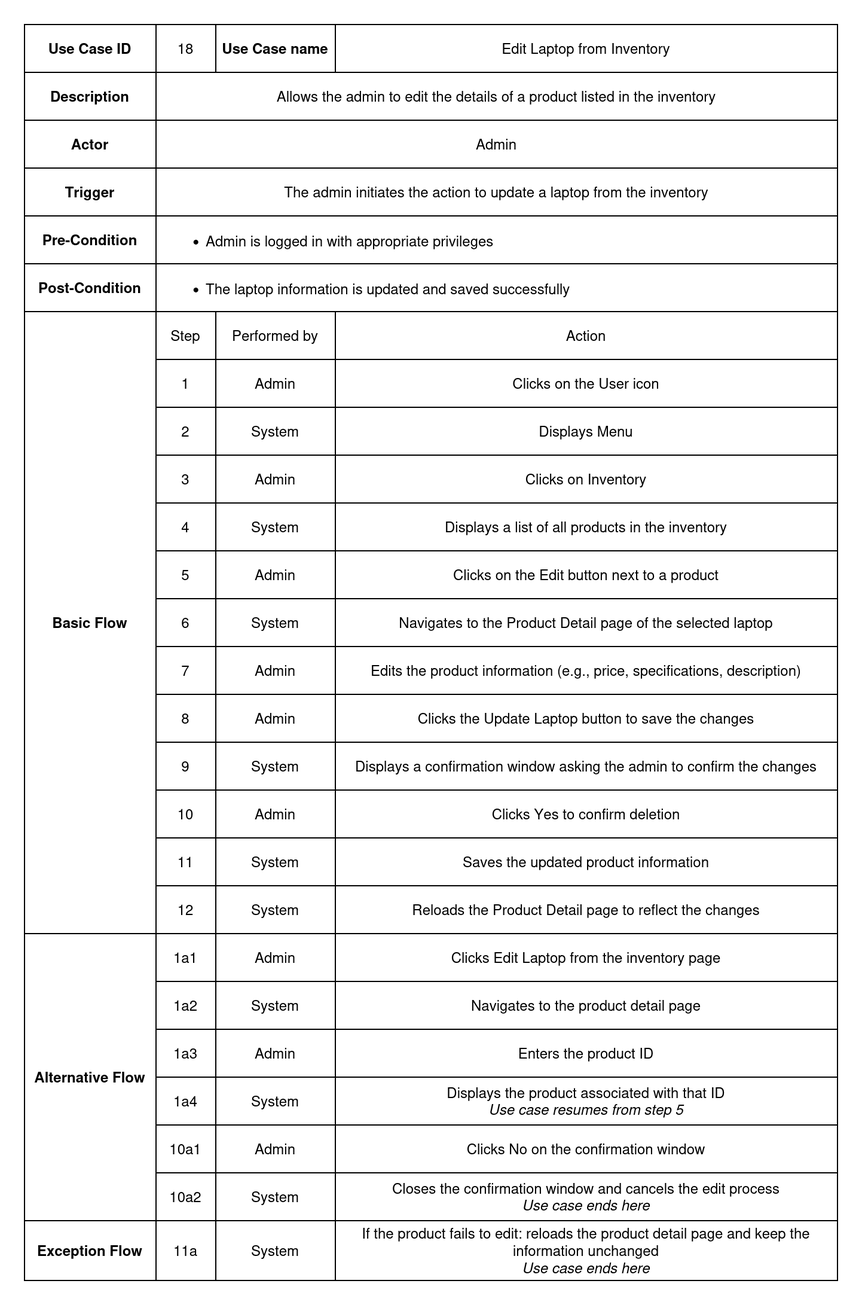
Before: documentation/Images/usecase_metadata_card/uc_18_edit_laptop_from_inventory.drawio.png, a diagram exported from draw.io (auphong2707/itse-laptopshop-management-web-application). Source tidied: cells renumbered, new cells last; positions are measured from the earlier drawing's top-left corner, leaving out a move shared by most shapes.
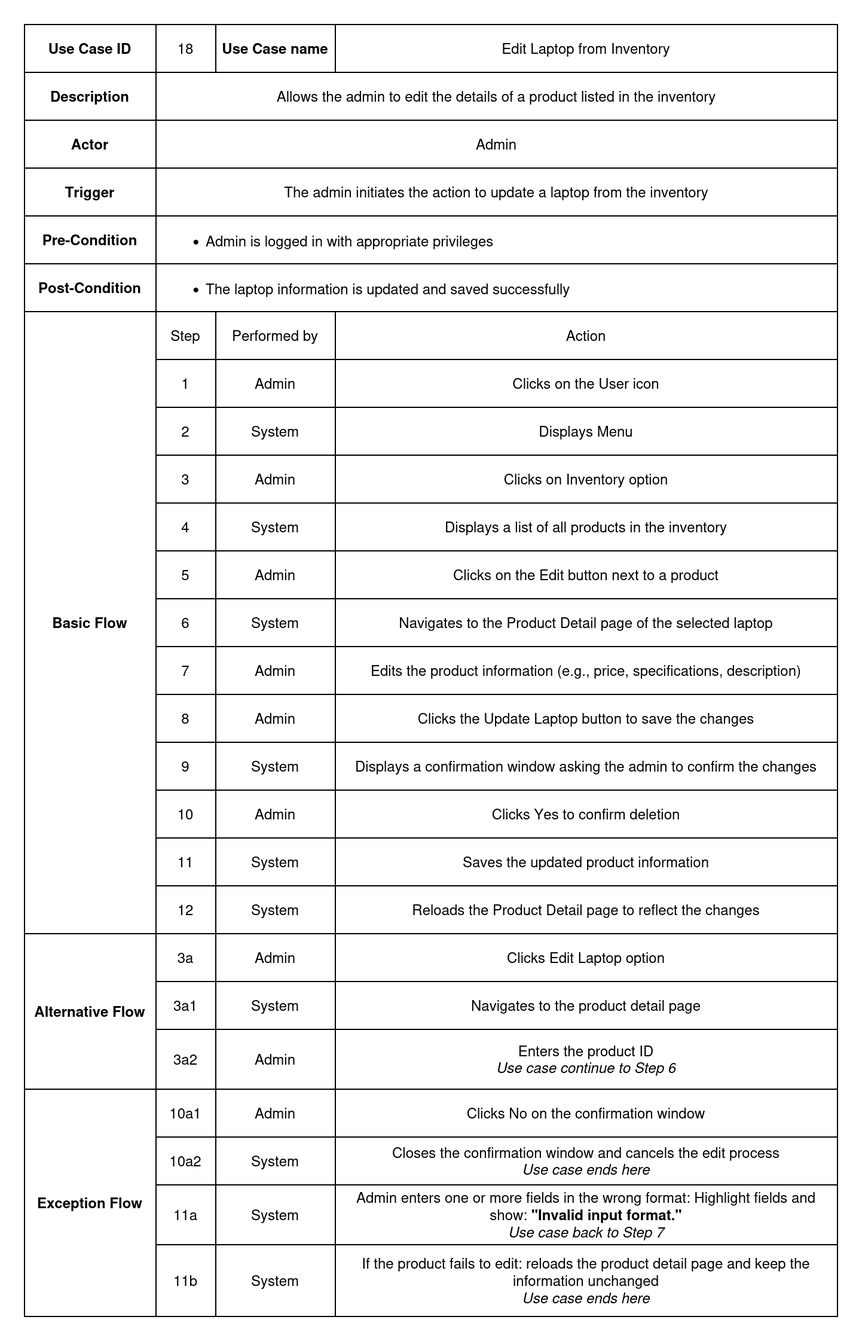
The same file after the commit.

The edit, as a diff of the source:
```diff
@@ -3,7 +3,7 @@
     <mxCell id="0" />
     <mxCell id="1" parent="0" />
     <mxCell id="2" style="shape=table;startSize=0;fontStyle=0;" parent="1" vertex="1">
-      <mxGeometry width="680" height="1050" as="geometry" />
+      <mxGeometry width="680" height="1080" as="geometry" />
     </mxCell>
     <mxCell id="3" style="shape=tableRow;horizontal=0;startSize=0;swimlaneHead=0;swimlaneBody=0;strokeColor=inherit;top=0;left=0;bottom=0;right=0;fillColor=none;" parent="2" vertex="1">
       <mxGeometry width="680" height="40" as="geometry" />
@@ -113,7 +113,7 @@
     <mxCell id="38" value="Admin" style="shape=partialRectangle;html=1;whiteSpace=wrap;strokeColor=inherit;overflow=hidden;fillColor=none;top=0;left=0;bottom=0;right=0;" parent="36" vertex="1">
       <mxGeometry x="160" width="100" height="40" as="geometry" />
     </mxCell>
-    <mxCell id="39" value="Clicks on &lt;span&gt;Inventory&lt;/span&gt;" style="shape=partialRectangle;html=1;whiteSpace=wrap;strokeColor=inherit;overflow=hidden;fillColor=none;top=0;left=0;bottom=0;right=0;" parent="36" vertex="1">
+    <mxCell id="39" value="Clicks on &lt;span&gt;Inventory&lt;/span&gt;&amp;nbsp;option" style="shape=partialRectangle;html=1;whiteSpace=wrap;strokeColor=inherit;overflow=hidden;fillColor=none;top=0;left=0;bottom=0;right=0;" parent="36" vertex="1">
       <mxGeometry x="260" width="420" height="40" as="geometry" />
     </mxCell>
     <mxCell id="40" style="shape=tableRow;horizontal=0;startSize=0;swimlaneHead=0;swimlaneBody=0;strokeColor=inherit;top=0;left=0;bottom=0;right=0;fillColor=none;" parent="2" vertex="1">
@@ -227,22 +227,22 @@
     <mxCell id="76" style="shape=tableRow;horizontal=0;startSize=0;swimlaneHead=0;swimlaneBody=0;strokeColor=inherit;top=0;left=0;bottom=0;right=0;fillColor=none;" parent="2" vertex="1">
       <mxGeometry y="760" width="680" height="40" as="geometry" />
     </mxCell>
-    <mxCell id="77" value="Alternative Flow" style="shape=partialRectangle;html=1;whiteSpace=wrap;strokeColor=inherit;overflow=hidden;fillColor=none;top=0;left=0;bottom=0;right=0;fontStyle=1;rowspan=6;colspan=1;" parent="76" vertex="1">
-      <mxGeometry width="110" height="240" as="geometry" />
+    <mxCell id="77" value="Alternative Flow" style="shape=partialRectangle;html=1;whiteSpace=wrap;strokeColor=inherit;overflow=hidden;fillColor=none;top=0;left=0;bottom=0;right=0;fontStyle=1;rowspan=3;colspan=1;" parent="76" vertex="1">
+      <mxGeometry width="110" height="130" as="geometry" />
     </mxCell>
-    <mxCell id="78" value="1a1" style="shape=partialRectangle;html=1;whiteSpace=wrap;strokeColor=inherit;overflow=hidden;fillColor=none;top=0;left=0;bottom=0;right=0;" parent="76" vertex="1">
+    <mxCell id="78" value="3a" style="shape=partialRectangle;html=1;whiteSpace=wrap;strokeColor=inherit;overflow=hidden;fillColor=none;top=0;left=0;bottom=0;right=0;" parent="76" vertex="1">
       <mxGeometry x="110" width="50" height="40" as="geometry" />
     </mxCell>
     <mxCell id="79" value="Admin" style="shape=partialRectangle;html=1;whiteSpace=wrap;strokeColor=inherit;overflow=hidden;fillColor=none;top=0;left=0;bottom=0;right=0;" parent="76" vertex="1">
       <mxGeometry x="160" width="100" height="40" as="geometry" />
     </mxCell>
-    <mxCell id="80" value="Clicks Edit&lt;span&gt; Laptop&lt;/span&gt; from the inventory page" style="shape=partialRectangle;html=1;whiteSpace=wrap;strokeColor=inherit;overflow=hidden;fillColor=none;top=0;left=0;bottom=0;right=0;" parent="76" vertex="1">
+    <mxCell id="80" value="Clicks Edit&lt;span&gt; Laptop option&lt;/span&gt;" style="shape=partialRectangle;html=1;whiteSpace=wrap;strokeColor=inherit;overflow=hidden;fillColor=none;top=0;left=0;bottom=0;right=0;" parent="76" vertex="1">
       <mxGeometry x="260" width="420" height="40" as="geometry" />
     </mxCell>
     <mxCell id="81" style="shape=tableRow;horizontal=0;startSize=0;swimlaneHead=0;swimlaneBody=0;strokeColor=inherit;top=0;left=0;bottom=0;right=0;fillColor=none;" parent="2" vertex="1">
       <mxGeometry y="800" width="680" height="40" as="geometry" />
     </mxCell>
-    <mxCell id="82" value="1a2" style="shape=partialRectangle;html=1;whiteSpace=wrap;strokeColor=inherit;overflow=hidden;fillColor=none;top=0;left=0;bottom=0;right=0;" parent="81" vertex="1">
+    <mxCell id="82" value="3a1" style="shape=partialRectangle;html=1;whiteSpace=wrap;strokeColor=inherit;overflow=hidden;fillColor=none;top=0;left=0;bottom=0;right=0;" parent="81" vertex="1">
       <mxGeometry x="110" width="50" height="40" as="geometry" />
     </mxCell>
     <mxCell id="83" value="System" style="shape=partialRectangle;html=1;whiteSpace=wrap;strokeColor=inherit;overflow=hidden;fillColor=none;top=0;left=0;bottom=0;right=0;" parent="81" vertex="1">
@@ -252,32 +252,23 @@
       <mxGeometry x="260" width="420" height="40" as="geometry" />
     </mxCell>
     <mxCell id="85" style="shape=tableRow;horizontal=0;startSize=0;swimlaneHead=0;swimlaneBody=0;strokeColor=inherit;top=0;left=0;bottom=0;right=0;fillColor=none;" parent="2" vertex="1">
-      <mxGeometry y="840" width="680" height="40" as="geometry" />
+      <mxGeometry y="840" width="680" height="50" as="geometry" />
     </mxCell>
-    <mxCell id="86" value="1a3" style="shape=partialRectangle;html=1;whiteSpace=wrap;strokeColor=inherit;overflow=hidden;fillColor=none;top=0;left=0;bottom=0;right=0;" parent="85" vertex="1">
-      <mxGeometry x="110" width="50" height="40" as="geometry" />
+    <mxCell id="86" value="3a2" style="shape=partialRectangle;html=1;whiteSpace=wrap;strokeColor=inherit;overflow=hidden;fillColor=none;top=0;left=0;bottom=0;right=0;" parent="85" vertex="1">
+      <mxGeometry x="110" width="50" height="50" as="geometry" />
     </mxCell>
     <mxCell id="87" value="Admin" style="shape=partialRectangle;html=1;whiteSpace=wrap;strokeColor=inherit;overflow=hidden;fillColor=none;top=0;left=0;bottom=0;right=0;" parent="85" vertex="1">
-      <mxGeometry x="160" width="100" height="40" as="geometry" />
+      <mxGeometry x="160" width="100" height="50" as="geometry" />
     </mxCell>
-    <mxCell id="88" value="Enters the product ID" style="shape=partialRectangle;html=1;whiteSpace=wrap;strokeColor=inherit;overflow=hidden;fillColor=none;top=0;left=0;bottom=0;right=0;" parent="85" vertex="1">
-      <mxGeometry x="260" width="420" height="40" as="geometry" />
+    <mxCell id="88" value="&lt;div&gt;Enters the product ID&lt;/div&gt;&lt;div&gt;&lt;i&gt;Use case continue to Step 6&lt;/i&gt;&lt;/div&gt;" style="shape=partialRectangle;html=1;whiteSpace=wrap;strokeColor=inherit;overflow=hidden;fillColor=none;top=0;left=0;bottom=0;right=0;" parent="85" vertex="1">
+      <mxGeometry x="260" width="420" height="50" as="geometry" />
     </mxCell>
-    <mxCell id="89" style="shape=tableRow;horizontal=0;startSize=0;swimlaneHead=0;swimlaneBody=0;strokeColor=inherit;top=0;left=0;bottom=0;right=0;fillColor=none;" parent="2" vertex="1">
-      <mxGeometry y="880" width="680" height="40" as="geometry" />
-    </mxCell>
-    <mxCell id="90" value="1a4" style="shape=partialRectangle;html=1;whiteSpace=wrap;strokeColor=inherit;overflow=hidden;fillColor=none;top=0;left=0;bottom=0;right=0;" parent="89" vertex="1">
-      <mxGeometry x="110" width="50" height="40" as="geometry" />
-    </mxCell>
-    <mxCell id="91" value="System" style="shape=partialRectangle;html=1;whiteSpace=wrap;strokeColor=inherit;overflow=hidden;fillColor=none;top=0;left=0;bottom=0;right=0;" parent="89" vertex="1">
-      <mxGeometry x="160" width="100" height="40" as="geometry" />
-    </mxCell>
-    <mxCell id="92" value="&lt;div&gt;Displays the product associated with that ID&lt;/div&gt;&lt;div&gt;&lt;i&gt;Use case resumes from step 5&lt;/i&gt;&lt;/div&gt;" style="shape=partialRectangle;html=1;whiteSpace=wrap;strokeColor=inherit;overflow=hidden;fillColor=none;top=0;left=0;bottom=0;right=0;" parent="89" vertex="1">
-      <mxGeometry x="260" width="420" height="40" as="geometry" />
-    </mxCell>
     <mxCell id="93" style="shape=tableRow;horizontal=0;startSize=0;swimlaneHead=0;swimlaneBody=0;strokeColor=inherit;top=0;left=0;bottom=0;right=0;fillColor=none;" parent="2" vertex="1">
-      <mxGeometry y="920" width="680" height="40" as="geometry" />
+      <mxGeometry y="890" width="680" height="40" as="geometry" />
     </mxCell>
+    <mxCell id="102" value="Exception Flow" style="shape=partialRectangle;html=1;whiteSpace=wrap;strokeColor=inherit;overflow=hidden;fillColor=none;top=0;left=0;bottom=0;right=0;fontStyle=1;rowspan=4;colspan=1;" parent="93" vertex="1">
+      <mxGeometry width="110" height="190" as="geometry" />
+    </mxCell>
     <mxCell id="94" value="10a1" style="shape=partialRectangle;html=1;whiteSpace=wrap;strokeColor=inherit;overflow=hidden;fillColor=none;top=0;left=0;bottom=0;right=0;" parent="93" vertex="1">
       <mxGeometry x="110" width="50" height="40" as="geometry" />
     </mxCell>
@@ -288,7 +279,7 @@
       <mxGeometry x="260" width="420" height="40" as="geometry" />
     </mxCell>
     <mxCell id="97" style="shape=tableRow;horizontal=0;startSize=0;swimlaneHead=0;swimlaneBody=0;strokeColor=inherit;top=0;left=0;bottom=0;right=0;fillColor=none;" parent="2" vertex="1">
-      <mxGeometry y="960" width="680" height="40" as="geometry" />
+      <mxGeometry y="930" width="680" height="40" as="geometry" />
     </mxCell>
     <mxCell id="98" value="10a2" style="shape=partialRectangle;html=1;whiteSpace=wrap;strokeColor=inherit;overflow=hidden;fillColor=none;top=0;left=0;bottom=0;right=0;" parent="97" vertex="1">
       <mxGeometry x="110" width="50" height="40" as="geometry" />
@@ -300,19 +291,28 @@
       <mxGeometry x="260" width="420" height="40" as="geometry" />
     </mxCell>
     <mxCell id="101" style="shape=tableRow;horizontal=0;startSize=0;swimlaneHead=0;swimlaneBody=0;strokeColor=inherit;top=0;left=0;bottom=0;right=0;fillColor=none;" parent="2" vertex="1">
-      <mxGeometry y="1000" width="680" height="50" as="geometry" />
+      <mxGeometry y="970" width="680" height="50" as="geometry" />
     </mxCell>
-    <mxCell id="102" value="Exception Flow" style="shape=partialRectangle;html=1;whiteSpace=wrap;strokeColor=inherit;overflow=hidden;fillColor=none;top=0;left=0;bottom=0;right=0;fontStyle=1;" parent="101" vertex="1">
-      <mxGeometry width="110" height="50" as="geometry" />
-    </mxCell>
     <mxCell id="103" value="11a" style="shape=partialRectangle;html=1;whiteSpace=wrap;strokeColor=inherit;overflow=hidden;fillColor=none;top=0;left=0;bottom=0;right=0;" parent="101" vertex="1">
       <mxGeometry x="110" width="50" height="50" as="geometry" />
     </mxCell>
     <mxCell id="104" value="System" style="shape=partialRectangle;html=1;whiteSpace=wrap;strokeColor=inherit;overflow=hidden;fillColor=none;top=0;left=0;bottom=0;right=0;" parent="101" vertex="1">
       <mxGeometry x="160" width="100" height="50" as="geometry" />
     </mxCell>
-    <mxCell id="105" value="&lt;div&gt;If the product fails to edit: reloads the product detail page and keep the information unchanged&lt;/div&gt;&lt;i&gt;Use case ends here&lt;/i&gt;" style="shape=partialRectangle;html=1;whiteSpace=wrap;strokeColor=inherit;overflow=hidden;fillColor=none;top=0;left=0;bottom=0;right=0;" parent="101" vertex="1">
+    <mxCell id="105" value="&lt;div&gt;Admin enters one or more fields in the wrong format: Highlight fields and show: &lt;strong&gt;&quot;Invalid input format.&quot;&lt;/strong&gt;&lt;/div&gt;&lt;div&gt;&lt;i&gt;Use case back to Step 7&lt;/i&gt;&lt;/div&gt;" style="shape=partialRectangle;html=1;whiteSpace=wrap;strokeColor=inherit;overflow=hidden;fillColor=none;top=0;left=0;bottom=0;right=0;" parent="101" vertex="1">
       <mxGeometry x="260" width="420" height="50" as="geometry" />
     </mxCell>
+    <mxCell id="106" style="shape=tableRow;horizontal=0;startSize=0;swimlaneHead=0;swimlaneBody=0;strokeColor=inherit;top=0;left=0;bottom=0;right=0;fillColor=none;" parent="2" vertex="1">
+      <mxGeometry y="1020" width="680" height="60" as="geometry" />
+    </mxCell>
+    <mxCell id="107" value="11b" style="shape=partialRectangle;html=1;whiteSpace=wrap;strokeColor=inherit;overflow=hidden;fillColor=none;top=0;left=0;bottom=0;right=0;" parent="106" vertex="1">
+      <mxGeometry x="110" width="50" height="60" as="geometry" />
+    </mxCell>
+    <mxCell id="91" value="System" style="shape=partialRectangle;html=1;whiteSpace=wrap;strokeColor=inherit;overflow=hidden;fillColor=none;top=0;left=0;bottom=0;right=0;" parent="106" vertex="1">
+      <mxGeometry x="160" width="100" height="60" as="geometry" />
+    </mxCell>
+    <mxCell id="108" value="&lt;div&gt;&lt;div&gt;If the product fails to edit: reloads the product detail page and keep the information unchanged&lt;/div&gt;&lt;i&gt;Use case ends here&lt;/i&gt;&lt;/div&gt;" style="shape=partialRectangle;html=1;whiteSpace=wrap;strokeColor=inherit;overflow=hidden;fillColor=none;top=0;left=0;bottom=0;right=0;" parent="106" vertex="1">
+      <mxGeometry x="260" width="420" height="60" as="geometry" />
+    </mxCell>
   </root>
 </mxGraphModel>
```
